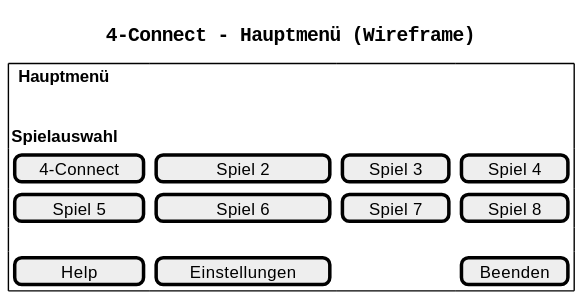
The PlantUML diagram prototyp/Wireframe-01_hauptmenue.svg in realLucas01/SEGR11, before a commit. The source it was exported from:
```plantuml
@startuml
title 4-Connect - Hauptmenü (Wireframe)

skinparam defaultFontName Monospaced

salt
{
  {+
    {^ **Hauptmenü** }
    .
    { **Spielauswahl** }
    {[ 4-Connect ]}{[    Spiel 2    ]}{[ Spiel 3 ]}{[ Spiel 4 ]}
    {[  Spiel 5  ]}{[    Spiel 6    ]}{[ Spiel 7 ]}{[ Spiel 8 ]}
    .
    {[    Help   ]}{[ Einstellungen ]}{         }{[ Beenden ]}
  }
}
@enduml
```
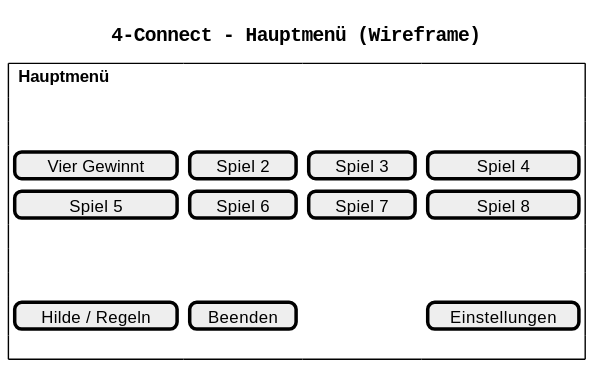
After the change.

The edit, as a diff of the source:
```diff
@@ -7,12 +7,15 @@
 {
   {+
     {^ **Hauptmenü** }
-    .
-    { **Spielauswahl** }
-    {[ 4-Connect ]}{[    Spiel 2    ]}{[ Spiel 3 ]}{[ Spiel 4 ]}
-    {[  Spiel 5  ]}{[    Spiel 6    ]}{[ Spiel 7 ]}{[ Spiel 8 ]}
-    .
-    {[    Help   ]}{[ Einstellungen ]}{         }{[ Beenden ]}
+.
+.
+    {[ Vier Gewinnt ]}{[ Spiel 2 ]}{[ Spiel 3 ]}{[   Spiel 4   ]}
+    {[   Spiel 5    ]}{[ Spiel 6 ]}{[ Spiel 7 ]}{[   Spiel 8   ]}
+.
+.
+.
+    {[Hilde / Regeln]}{[ Beenden ]}{           }{[Einstellungen]}
+.
   }
 }
 @enduml
```
